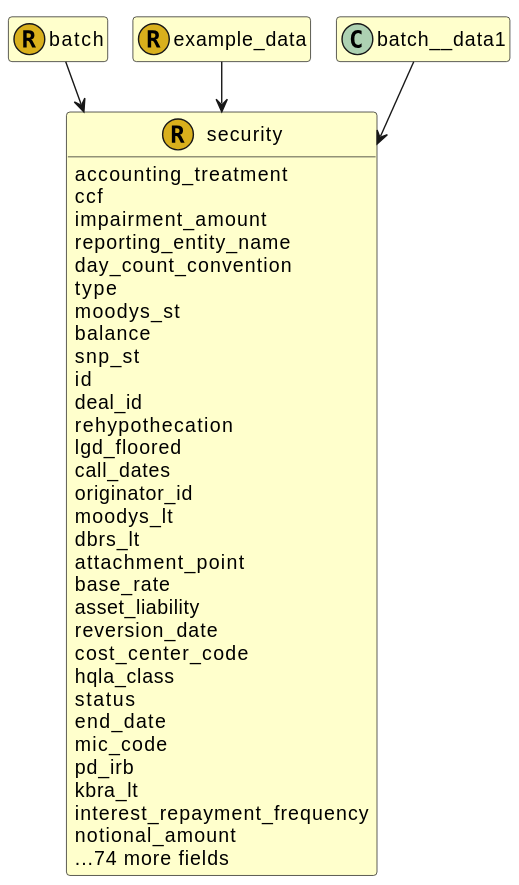
Above: images/fire.model.security.svg in Schemarise/demo-alfa-with-fire-json-model (PlantUML), before the change. Source of this version:
```plantuml
@startuml
!pragma layout smetana

skinparam ClassBackgroundColor #BUSINESS
hide empty methods
hide empty fields
skinparam backgroundColor transparent
set namespaceSeparator none




class security << (R,D9B01C) >> {

  accounting_treatment
  ccf
  impairment_amount
  reporting_entity_name
  day_count_convention
  type
  moodys_st
  balance
  snp_st
  id
  deal_id
  rehypothecation
  lgd_floored
  call_dates
  originator_id
  moodys_lt
  dbrs_lt
  attachment_point
  base_rate
  asset_liability
  reversion_date
  cost_center_code
  hqla_class
  status
  end_date
  mic_code
  pd_irb
  kbra_lt
  interest_repayment_frequency
  notional_amount
  ...74 more fields




}

class batch << (R,D9B01C) >> {





}

class example_data << (R,D9B01C) >> {





}

batch --> security
batch__data1 --> security
example_data --> security

@enduml
```
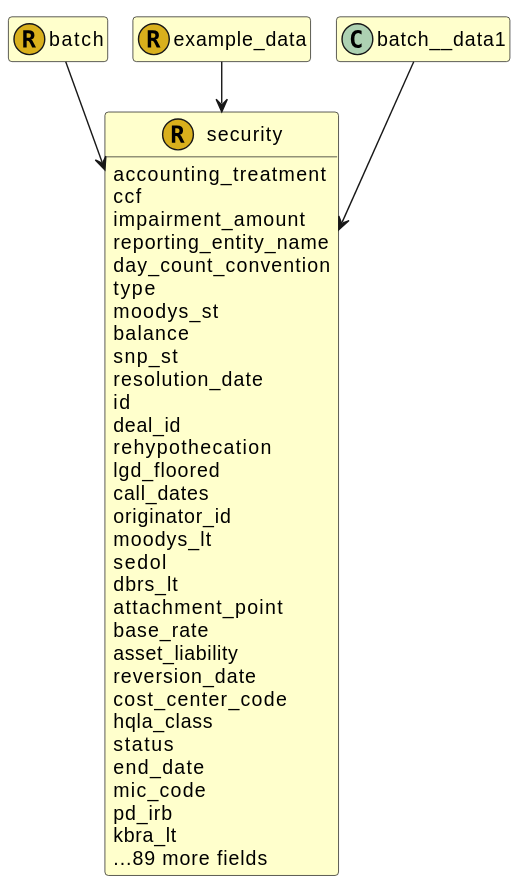
Later version of the same file.

The edit, as a diff of the source:
```diff
@@ -21,6 +21,7 @@
   moodys_st
   balance
   snp_st
+  resolution_date
   id
   deal_id
   rehypothecation
@@ -28,6 +29,7 @@
   call_dates
   originator_id
   moodys_lt
+  sedol
   dbrs_lt
   attachment_point
   base_rate
@@ -40,9 +42,7 @@
   mic_code
   pd_irb
   kbra_lt
-  interest_repayment_frequency
-  notional_amount
-  ...74 more fields
+  ...89 more fields
 
 
 
```
